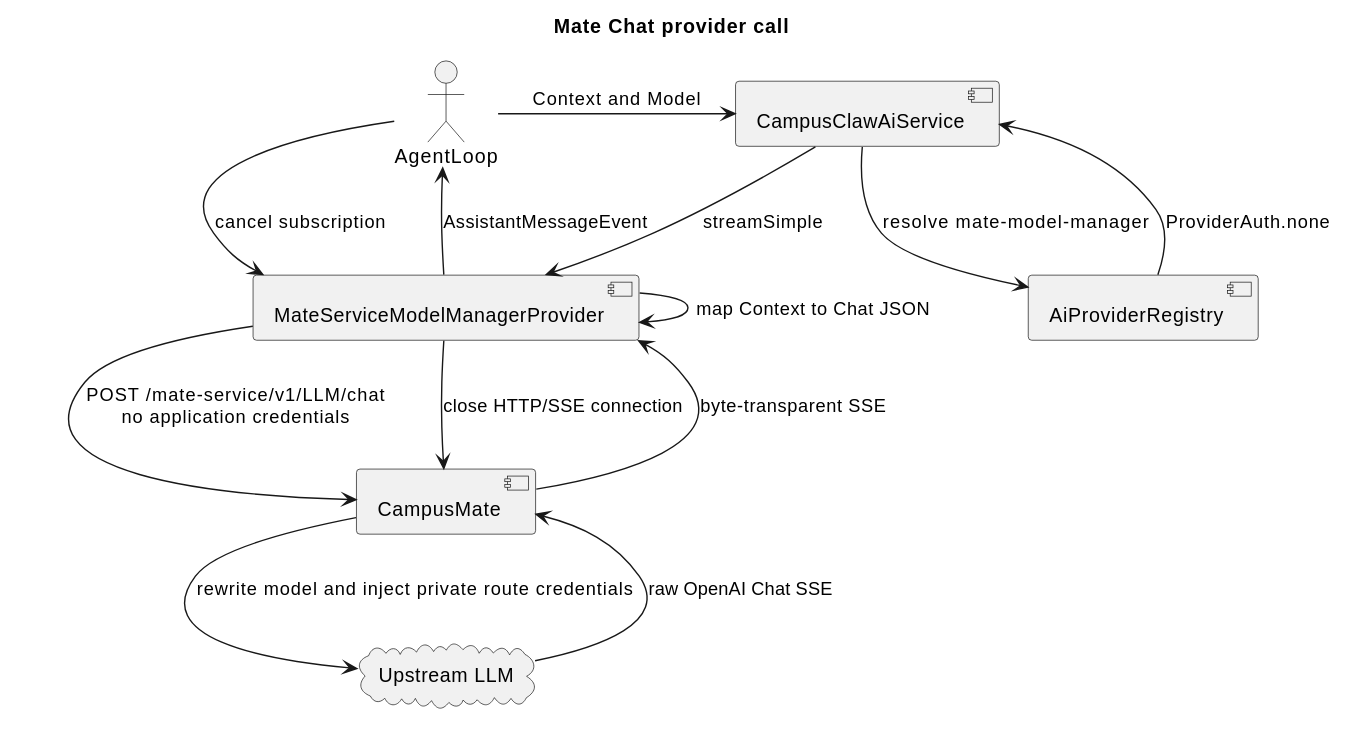
Above: docs/designs/model-manager-chat-v2/model_manager_chat_call.svg in 2862282695gjh-afk/pi-mono-java (PlantUML), before the change.
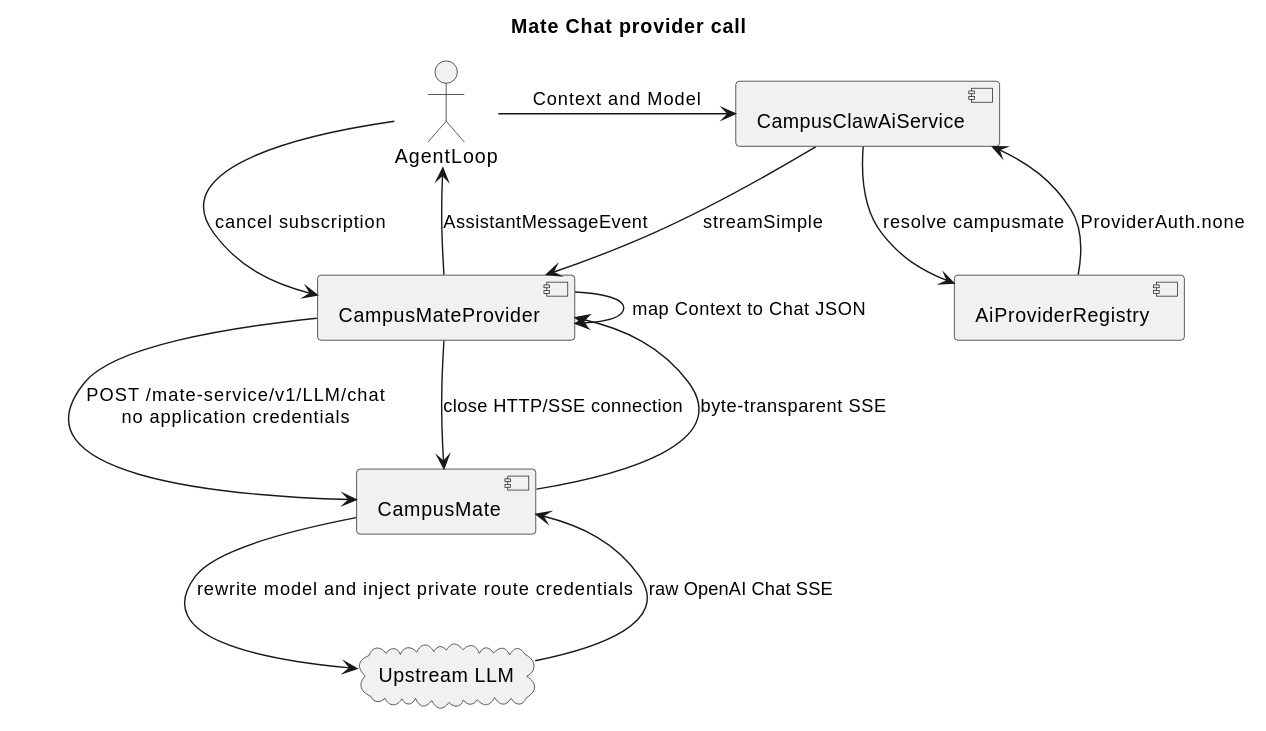
Above is the later version.

What changed in the source:
```diff
@@ -3,20 +3,20 @@
 actor AgentLoop
 component CampusClawAiService
 component AiProviderRegistry
-component MateServiceModelManagerProvider
+component CampusMateProvider
 component CampusMate
 cloud "Upstream LLM" as Upstream
 
 AgentLoop -> CampusClawAiService: Context and Model
-CampusClawAiService -> AiProviderRegistry: resolve mate-model-manager
+CampusClawAiService -> AiProviderRegistry: resolve campusmate
 AiProviderRegistry --> CampusClawAiService: ProviderAuth.none
-CampusClawAiService -> MateServiceModelManagerProvider: streamSimple
-MateServiceModelManagerProvider -> MateServiceModelManagerProvider: map Context to Chat JSON
-MateServiceModelManagerProvider -> CampusMate: POST /mate-service/v1/LLM/chat\nno application credentials
+CampusClawAiService -> CampusMateProvider: streamSimple
+CampusMateProvider -> CampusMateProvider: map Context to Chat JSON
+CampusMateProvider -> CampusMate: POST /mate-service/v1/LLM/chat\nno application credentials
 CampusMate -> Upstream: rewrite model and inject private route credentials
 Upstream --> CampusMate: raw OpenAI Chat SSE
-CampusMate --> MateServiceModelManagerProvider: byte-transparent SSE
-MateServiceModelManagerProvider --> AgentLoop: AssistantMessageEvent
-AgentLoop -> MateServiceModelManagerProvider: cancel subscription
-MateServiceModelManagerProvider -> CampusMate: close HTTP/SSE connection
+CampusMate --> CampusMateProvider: byte-transparent SSE
+CampusMateProvider --> AgentLoop: AssistantMessageEvent
+AgentLoop -> CampusMateProvider: cancel subscription
+CampusMateProvider -> CampusMate: close HTTP/SSE connection
 @enduml
```
